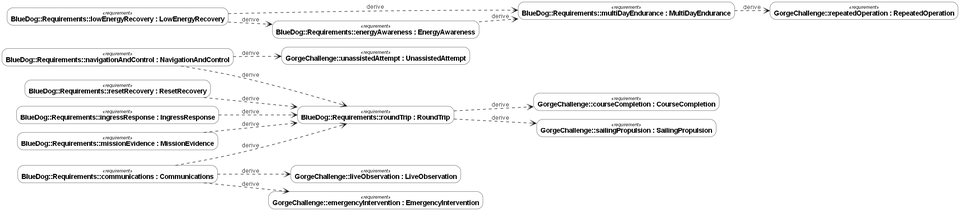
Before: docs/figures/requirements-derivation.png, a diagram exported from Graphviz (DavidIngraham/sv-blue-dog). Its source is kept beside it as docs/figures/requirements-derivation.dot.
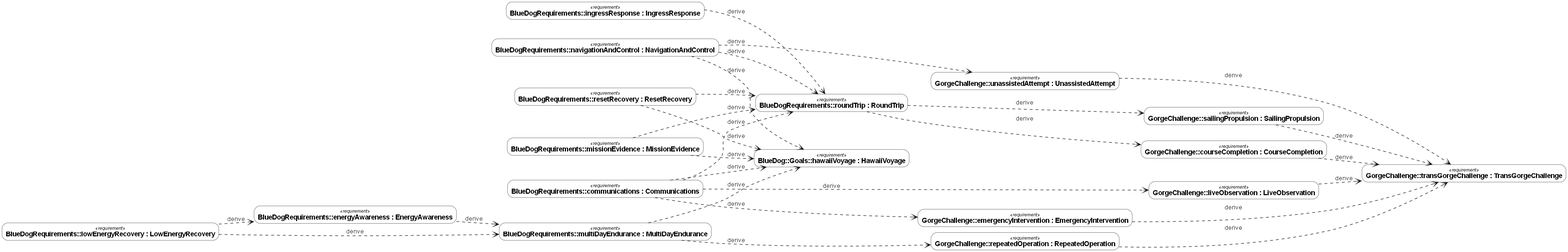
After the commit.

Change to the diagram source:
```diff
@@ -2,33 +2,46 @@
   graph [fontname="Helvetica"];
   node [shape=box, style=filled, fillcolor=white, color="#181818", fontname="Helvetica", fontsize=14, penwidth=0.5];
   edge [color="#181818", fontname="Helvetica", fontsize=13, penwidth=1];
-  "n0" [style="rounded,filled", label=<<font point-size="10"><i>«requirement»</i></font><br/><b>GorgeChallenge::courseCompletion : CourseCompletion</b>>];
-  "n1" [style="rounded,filled", label=<<font point-size="10"><i>«requirement»</i></font><br/><b>GorgeChallenge::repeatedOperation : RepeatedOperation</b>>];
-  "n2" [style="rounded,filled", label=<<font point-size="10"><i>«requirement»</i></font><br/><b>GorgeChallenge::unassistedAttempt : UnassistedAttempt</b>>];
-  "n3" [style="rounded,filled", label=<<font point-size="10"><i>«requirement»</i></font><br/><b>GorgeChallenge::sailingPropulsion : SailingPropulsion</b>>];
-  "n4" [style="rounded,filled", label=<<font point-size="10"><i>«requirement»</i></font><br/><b>GorgeChallenge::liveObservation : LiveObservation</b>>];
-  "n5" [style="rounded,filled", label=<<font point-size="10"><i>«requirement»</i></font><br/><b>GorgeChallenge::emergencyIntervention : EmergencyIntervention</b>>];
-  "n6" [style="rounded,filled", label=<<font point-size="10"><i>«requirement»</i></font><br/><b>BlueDog::Requirements::roundTrip : RoundTrip</b>>];
-  "n7" [style="rounded,filled", label=<<font point-size="10"><i>«requirement»</i></font><br/><b>BlueDog::Requirements::multiDayEndurance : MultiDayEndurance</b>>];
-  "n8" [style="rounded,filled", label=<<font point-size="10"><i>«requirement»</i></font><br/><b>BlueDog::Requirements::energyAwareness : EnergyAwareness</b>>];
-  "n9" [style="rounded,filled", label=<<font point-size="10"><i>«requirement»</i></font><br/><b>BlueDog::Requirements::navigationAndControl : NavigationAndControl</b>>];
-  "n10" [style="rounded,filled", label=<<font point-size="10"><i>«requirement»</i></font><br/><b>BlueDog::Requirements::resetRecovery : ResetRecovery</b>>];
-  "n11" [style="rounded,filled", label=<<font point-size="10"><i>«requirement»</i></font><br/><b>BlueDog::Requirements::lowEnergyRecovery : LowEnergyRecovery</b>>];
-  "n12" [style="rounded,filled", label=<<font point-size="10"><i>«requirement»</i></font><br/><b>BlueDog::Requirements::communications : Communications</b>>];
-  "n13" [style="rounded,filled", label=<<font point-size="10"><i>«requirement»</i></font><br/><b>BlueDog::Requirements::ingressResponse : IngressResponse</b>>];
-  "n14" [style="rounded,filled", label=<<font point-size="10"><i>«requirement»</i></font><br/><b>BlueDog::Requirements::missionEvidence : MissionEvidence</b>>];
+  "n0" [style="rounded,filled", label=<<font point-size="10"><i>«requirement»</i></font><br/><b>GorgeChallenge::transGorgeChallenge : TransGorgeChallenge</b>>];
+  "n1" [style="rounded,filled", label=<<font point-size="10"><i>«requirement»</i></font><br/><b>GorgeChallenge::courseCompletion : CourseCompletion</b>>];
+  "n2" [style="rounded,filled", label=<<font point-size="10"><i>«requirement»</i></font><br/><b>GorgeChallenge::repeatedOperation : RepeatedOperation</b>>];
+  "n3" [style="rounded,filled", label=<<font point-size="10"><i>«requirement»</i></font><br/><b>GorgeChallenge::unassistedAttempt : UnassistedAttempt</b>>];
+  "n4" [style="rounded,filled", label=<<font point-size="10"><i>«requirement»</i></font><br/><b>GorgeChallenge::sailingPropulsion : SailingPropulsion</b>>];
+  "n5" [style="rounded,filled", label=<<font point-size="10"><i>«requirement»</i></font><br/><b>GorgeChallenge::liveObservation : LiveObservation</b>>];
+  "n6" [style="rounded,filled", label=<<font point-size="10"><i>«requirement»</i></font><br/><b>GorgeChallenge::emergencyIntervention : EmergencyIntervention</b>>];
+  "n7" [style="rounded,filled", label=<<font point-size="10"><i>«requirement»</i></font><br/><b>BlueDog::Goals::hawaiiVoyage : HawaiiVoyage</b>>];
+  "n8" [style="rounded,filled", label=<<font point-size="10"><i>«requirement»</i></font><br/><b>BlueDogRequirements::roundTrip : RoundTrip</b>>];
+  "n9" [style="rounded,filled", label=<<font point-size="10"><i>«requirement»</i></font><br/><b>BlueDogRequirements::multiDayEndurance : MultiDayEndurance</b>>];
+  "n10" [style="rounded,filled", label=<<font point-size="10"><i>«requirement»</i></font><br/><b>BlueDogRequirements::energyAwareness : EnergyAwareness</b>>];
+  "n11" [style="rounded,filled", label=<<font point-size="10"><i>«requirement»</i></font><br/><b>BlueDogRequirements::navigationAndControl : NavigationAndControl</b>>];
+  "n12" [style="rounded,filled", label=<<font point-size="10"><i>«requirement»</i></font><br/><b>BlueDogRequirements::resetRecovery : ResetRecovery</b>>];
+  "n13" [style="rounded,filled", label=<<font point-size="10"><i>«requirement»</i></font><br/><b>BlueDogRequirements::lowEnergyRecovery : LowEnergyRecovery</b>>];
+  "n14" [style="rounded,filled", label=<<font point-size="10"><i>«requirement»</i></font><br/><b>BlueDogRequirements::communications : Communications</b>>];
+  "n15" [style="rounded,filled", label=<<font point-size="10"><i>«requirement»</i></font><br/><b>BlueDogRequirements::ingressResponse : IngressResponse</b>>];
+  "n16" [style="rounded,filled", label=<<font point-size="10"><i>«requirement»</i></font><br/><b>BlueDogRequirements::missionEvidence : MissionEvidence</b>>];
+  "n1" -> "n0" [label="derive", arrowhead=vee, style=dashed];
+  "n2" -> "n0" [label="derive", arrowhead=vee, style=dashed];
+  "n3" -> "n0" [label="derive", arrowhead=vee, style=dashed];
+  "n4" -> "n0" [label="derive", arrowhead=vee, style=dashed];
+  "n5" -> "n0" [label="derive", arrowhead=vee, style=dashed];
   "n6" -> "n0" [label="derive", arrowhead=vee, style=dashed];
-  "n7" -> "n1" [label="derive", arrowhead=vee, style=dashed];
+  "n8" -> "n1" [label="derive", arrowhead=vee, style=dashed];
   "n9" -> "n2" [label="derive", arrowhead=vee, style=dashed];
-  "n6" -> "n3" [label="derive", arrowhead=vee, style=dashed];
-  "n12" -> "n4" [label="derive", arrowhead=vee, style=dashed];
-  "n12" -> "n5" [label="derive", arrowhead=vee, style=dashed];
-  "n9" -> "n6" [label="derive", arrowhead=vee, style=dashed];
-  "n10" -> "n6" [label="derive", arrowhead=vee, style=dashed];
-  "n12" -> "n6" [label="derive", arrowhead=vee, style=dashed];
-  "n13" -> "n6" [label="derive", arrowhead=vee, style=dashed];
+  "n11" -> "n3" [label="derive", arrowhead=vee, style=dashed];
+  "n8" -> "n4" [label="derive", arrowhead=vee, style=dashed];
+  "n14" -> "n5" [label="derive", arrowhead=vee, style=dashed];
   "n14" -> "n6" [label="derive", arrowhead=vee, style=dashed];
-  "n8" -> "n7" [label="derive", arrowhead=vee, style=dashed];
+  "n9" -> "n7" [label="derive", arrowhead=vee, style=dashed];
   "n11" -> "n7" [label="derive", arrowhead=vee, style=dashed];
+  "n14" -> "n7" [label="derive", arrowhead=vee, style=dashed];
+  "n12" -> "n7" [label="derive", arrowhead=vee, style=dashed];
+  "n16" -> "n7" [label="derive", arrowhead=vee, style=dashed];
   "n11" -> "n8" [label="derive", arrowhead=vee, style=dashed];
+  "n12" -> "n8" [label="derive", arrowhead=vee, style=dashed];
+  "n14" -> "n8" [label="derive", arrowhead=vee, style=dashed];
+  "n15" -> "n8" [label="derive", arrowhead=vee, style=dashed];
+  "n16" -> "n8" [label="derive", arrowhead=vee, style=dashed];
+  "n10" -> "n9" [label="derive", arrowhead=vee, style=dashed];
+  "n13" -> "n9" [label="derive", arrowhead=vee, style=dashed];
+  "n13" -> "n10" [label="derive", arrowhead=vee, style=dashed];
 }
```
